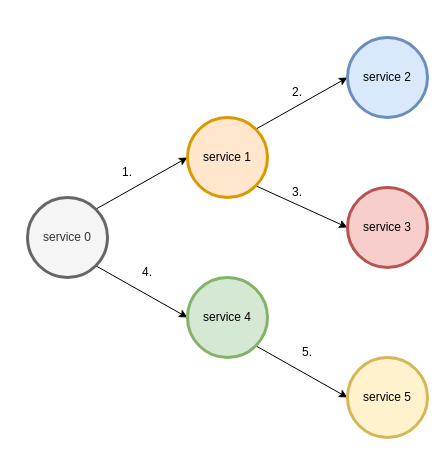
The draw.io diagram page "hierarchy" (2 of 15) of img/diagram.drawio in ccchrunik/hierasaga, before the edit. Source tidied: cells renumbered, new cells numbered last; positions are measured from the earlier drawing's top-left corner, leaving out a move shared by most shapes. Both pictures are drawn from the tidied source at 100%, with x=0, y=0 at pixel (27, 37).
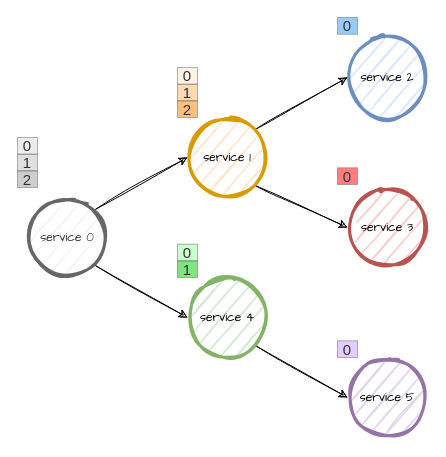
The same diagram, later.

Change to the diagram source:
```diff
@@
-    <mxCell id="2" style="edgeStyle=none;rounded=0;jettySize=auto;html=1;exitX=1;exitY=0;exitDx=0;exitDy=0;entryX=0;entryY=0.5;entryDx=0;entryDy=0;" parent="1" edge="1" source="4" target="7">
+    <mxCell id="2" style="edgeStyle=none;rounded=0;jettySize=auto;html=1;exitX=1;exitY=0;exitDx=0;exitDy=0;entryX=0;entryY=0.5;entryDx=0;entryDy=0;sketch=1;" parent="1" edge="1" source="4" target="7">
       <mxGeometry relative="1" as="geometry" />
     </mxCell>
-    <mxCell id="3" style="edgeStyle=none;rounded=0;jettySize=auto;html=1;exitX=1;exitY=1;exitDx=0;exitDy=0;entryX=0;entryY=0.5;entryDx=0;entryDy=0;" parent="1" edge="1" source="4" target="9">
+    <mxCell id="3" style="edgeStyle=none;rounded=0;jettySize=auto;html=1;exitX=1;exitY=1;exitDx=0;exitDy=0;entryX=0;entryY=0.5;entryDx=0;entryDy=0;sketch=1;" parent="1" edge="1" source="4" target="9">
       <mxGeometry relative="1" as="geometry" />
     </mxCell>
-    <mxCell id="4" value="service 0" style="ellipse;whiteSpace=wrap;html=1;strokeWidth=3;fillColor=#f5f5f5;strokeColor=#666666;fontColor=#333333;" parent="1" vertex="1">
+    <mxCell id="4" value="&lt;font face=&quot;Comic Sans MS&quot;&gt;service 0&lt;/font&gt;" style="ellipse;whiteSpace=wrap;html=1;strokeWidth=3;fillColor=#f5f5f5;strokeColor=#666666;fontColor=#333333;sketch=1;" parent="1" vertex="1">
       <mxGeometry y="160" width="80" height="80" as="geometry" />
     </mxCell>
-    <mxCell id="5" style="edgeStyle=none;rounded=0;jettySize=auto;html=1;exitX=1;exitY=0;exitDx=0;exitDy=0;entryX=0;entryY=0.5;entryDx=0;entryDy=0;" parent="1" edge="1" source="7" target="10">
+    <mxCell id="5" style="edgeStyle=none;rounded=0;jettySize=auto;html=1;exitX=1;exitY=0;exitDx=0;exitDy=0;entryX=0;entryY=0.5;entryDx=0;entryDy=0;sketch=1;" parent="1" edge="1" source="7" target="10">
       <mxGeometry relative="1" as="geometry" />
     </mxCell>
-    <mxCell id="6" style="edgeStyle=none;rounded=0;jettySize=auto;html=1;exitX=1;exitY=1;exitDx=0;exitDy=0;entryX=0;entryY=0.5;entryDx=0;entryDy=0;" parent="1" edge="1" source="7" target="11">
+    <mxCell id="6" style="edgeStyle=none;rounded=0;jettySize=auto;html=1;exitX=1;exitY=1;exitDx=0;exitDy=0;entryX=0;entryY=0.5;entryDx=0;entryDy=0;sketch=1;" parent="1" edge="1" source="7" target="11">
       <mxGeometry relative="1" as="geometry" />
     </mxCell>
-    <mxCell id="7" value="service 1" style="ellipse;whiteSpace=wrap;html=1;strokeWidth=3;fillColor=#ffe6cc;strokeColor=#d79b00;" parent="1" vertex="1">
+    <mxCell id="7" value="&lt;font face=&quot;Comic Sans MS&quot;&gt;service 1&lt;/font&gt;" style="ellipse;whiteSpace=wrap;html=1;strokeWidth=3;fillColor=#ffe6cc;strokeColor=#d79b00;sketch=1;" parent="1" vertex="1">
       <mxGeometry x="160" y="80" width="80" height="80" as="geometry" />
     </mxCell>
-    <mxCell id="8" style="edgeStyle=none;rounded=0;jettySize=auto;html=1;exitX=1;exitY=1;exitDx=0;exitDy=0;entryX=0;entryY=0.5;entryDx=0;entryDy=0;" parent="1" edge="1" source="9" target="12">
+    <mxCell id="8" style="edgeStyle=none;rounded=0;jettySize=auto;html=1;exitX=1;exitY=1;exitDx=0;exitDy=0;entryX=0;entryY=0.5;entryDx=0;entryDy=0;sketch=1;" parent="1" edge="1" source="9" target="12">
       <mxGeometry relative="1" as="geometry" />
     </mxCell>
-    <mxCell id="9" value="service 4" style="ellipse;whiteSpace=wrap;html=1;strokeWidth=3;fillColor=#d5e8d4;strokeColor=#82b366;" parent="1" vertex="1">
+    <mxCell id="9" value="&lt;font face=&quot;Comic Sans MS&quot;&gt;service 4&lt;/font&gt;" style="ellipse;whiteSpace=wrap;html=1;strokeWidth=3;fillColor=#d5e8d4;strokeColor=#82b366;sketch=1;" parent="1" vertex="1">
       <mxGeometry x="160" y="240" width="80" height="80" as="geometry" />
     </mxCell>
-    <mxCell id="10" value="service 2" style="ellipse;whiteSpace=wrap;html=1;strokeWidth=3;fillColor=#dae8fc;strokeColor=#6c8ebf;" parent="1" vertex="1">
+    <mxCell id="10" value="&lt;font face=&quot;Comic Sans MS&quot;&gt;service 2&lt;/font&gt;" style="ellipse;whiteSpace=wrap;html=1;strokeWidth=3;fillColor=#dae8fc;strokeColor=#6c8ebf;sketch=1;" parent="1" vertex="1">
       <mxGeometry x="320" width="80" height="80" as="geometry" />
     </mxCell>
-    <mxCell id="11" value="service 3" style="ellipse;whiteSpace=wrap;html=1;strokeWidth=3;fillColor=#f8cecc;strokeColor=#b85450;" parent="1" vertex="1">
+    <mxCell id="11" value="&lt;font face=&quot;Comic Sans MS&quot;&gt;service 3&lt;/font&gt;" style="ellipse;whiteSpace=wrap;html=1;strokeWidth=3;fillColor=#f8cecc;strokeColor=#b85450;sketch=1;" parent="1" vertex="1">
       <mxGeometry x="320" y="150" width="80" height="80" as="geometry" />
     </mxCell>
-    <mxCell id="12" value="service 5" style="ellipse;whiteSpace=wrap;html=1;strokeWidth=3;fillColor=#fff2cc;strokeColor=#d6b656;" parent="1" vertex="1">
+    <mxCell id="12" value="&lt;font face=&quot;Comic Sans MS&quot;&gt;service 5&lt;/font&gt;" style="ellipse;whiteSpace=wrap;html=1;strokeWidth=3;fillColor=#e1d5e7;strokeColor=#9673a6;sketch=1;" parent="1" vertex="1">
       <mxGeometry x="320" y="320" width="80" height="80" as="geometry" />
     </mxCell>
-    <mxCell id="13" value="1." style="text;html=1;strokeColor=none;fillColor=none;align=center;verticalAlign=middle;whiteSpace=wrap;rounded=0;" parent="1" vertex="1">
-      <mxGeometry x="70" y="120" width="60" height="30" as="geometry" />
-    </mxCell>
-    <mxCell id="14" value="5." style="text;html=1;strokeColor=none;fillColor=none;align=center;verticalAlign=middle;whiteSpace=wrap;rounded=0;" parent="1" vertex="1">
-      <mxGeometry x="250" y="300" width="60" height="30" as="geometry" />
-    </mxCell>
-    <mxCell id="15" value="2." style="text;html=1;strokeColor=none;fillColor=none;align=center;verticalAlign=middle;whiteSpace=wrap;rounded=0;" parent="1" vertex="1">
-      <mxGeometry x="240" y="40" width="60" height="30" as="geometry" />
-    </mxCell>
-    <mxCell id="16" value="3." style="text;html=1;strokeColor=none;fillColor=none;align=center;verticalAlign=middle;whiteSpace=wrap;rounded=0;" parent="1" vertex="1">
-      <mxGeometry x="240" y="140" width="60" height="30" as="geometry" />
-    </mxCell>
-    <mxCell id="17" value="4." style="text;html=1;strokeColor=none;fillColor=none;align=center;verticalAlign=middle;whiteSpace=wrap;rounded=0;" parent="1" vertex="1">
-      <mxGeometry x="90" y="220" width="60" height="30" as="geometry" />
-    </mxCell>
+    <mxCell id="18" style="group;sketch=0;" parent="1" vertex="1">
+      <mxGeometry x="-10" y="100" width="20" height="50" as="geometry" />
+    </mxCell>
+    <mxCell id="19" value="1" style="rounded=0;whiteSpace=wrap;html=1;sketch=0;fontSize=15;strokeColor=#666666;fillColor=#C2C2C2;opacity=50;fontColor=#333333;" parent="18" vertex="1">
+      <mxGeometry y="16.7" width="20" height="16.7" as="geometry" />
+    </mxCell>
+    <mxCell id="20" value="0" style="rounded=0;whiteSpace=wrap;html=1;sketch=0;fontSize=15;strokeColor=#666666;fillColor=#D9D9D9;opacity=50;fontColor=#333333;" parent="18" vertex="1">
+      <mxGeometry width="20" height="16.7" as="geometry" />
+    </mxCell>
+    <mxCell id="21" value="2" style="rounded=0;whiteSpace=wrap;html=1;sketch=0;fontSize=15;strokeColor=#666666;fillColor=#9E9E9E;opacity=50;fontColor=#333333;" parent="18" vertex="1">
+      <mxGeometry y="33.3" width="20" height="16.7" as="geometry" />
+    </mxCell>
+    <mxCell id="22" style="group;sketch=0;" parent="1" vertex="1">
+      <mxGeometry x="150" y="30" width="20" height="50" as="geometry" />
+    </mxCell>
+    <mxCell id="23" value="1" style="rounded=0;whiteSpace=wrap;html=1;sketch=0;fontSize=15;strokeColor=#666666;fillColor=#FFB366;opacity=50;fontColor=#333333;" parent="22" vertex="1">
+      <mxGeometry y="16.7" width="20" height="16.7" as="geometry" />
+    </mxCell>
+    <mxCell id="24" value="0" style="rounded=0;whiteSpace=wrap;html=1;sketch=0;fontSize=15;strokeColor=#666666;fillColor=#FFE6CC;opacity=50;fontColor=#333333;" parent="22" vertex="1">
+      <mxGeometry width="20" height="16.7" as="geometry" />
+    </mxCell>
+    <mxCell id="25" value="2" style="rounded=0;whiteSpace=wrap;html=1;sketch=0;fontSize=15;strokeColor=#666666;fillColor=#FF8000;opacity=50;fontColor=#333333;" parent="22" vertex="1">
+      <mxGeometry y="33.3" width="20" height="16.7" as="geometry" />
+    </mxCell>
+    <mxCell id="26" value="0" style="rounded=0;whiteSpace=wrap;html=1;sketch=0;fontSize=15;strokeColor=#666666;fillColor=#3399FF;opacity=50;fontColor=#333333;" parent="1" vertex="1">
+      <mxGeometry x="310" y="-20" width="20" height="16.7" as="geometry" />
+    </mxCell>
+    <mxCell id="27" value="0" style="rounded=0;whiteSpace=wrap;html=1;sketch=0;fontSize=15;strokeColor=#666666;fillColor=#FF0000;opacity=50;fontColor=#333333;" parent="1" vertex="1">
+      <mxGeometry x="310" y="130.3" width="20" height="16.7" as="geometry" />
+    </mxCell>
+    <mxCell id="28" style="group;" parent="1" vertex="1">
+      <mxGeometry x="150" y="206.7" width="20" height="33.3" as="geometry" />
+    </mxCell>
+    <mxCell id="29" value="0" style="rounded=0;whiteSpace=wrap;html=1;sketch=0;fontSize=15;strokeColor=#666666;fillColor=#99FF99;opacity=50;fontColor=#333333;" parent="28" vertex="1">
+      <mxGeometry width="20" height="16.7" as="geometry" />
+    </mxCell>
+    <mxCell id="30" value="1" style="rounded=0;whiteSpace=wrap;html=1;sketch=0;fontSize=15;strokeColor=#666666;fillColor=#00CC00;opacity=50;fontColor=#333333;" parent="28" vertex="1">
+      <mxGeometry y="16.7" width="20" height="16.7" as="geometry" />
+    </mxCell>
+    <mxCell id="31" value="0" style="rounded=0;whiteSpace=wrap;html=1;sketch=0;fontSize=15;strokeColor=#666666;fillColor=#CC99FF;opacity=50;fontColor=#333333;" parent="1" vertex="1">
+      <mxGeometry x="310" y="303.3" width="20" height="16.7" as="geometry" />
+    </mxCell>
```
